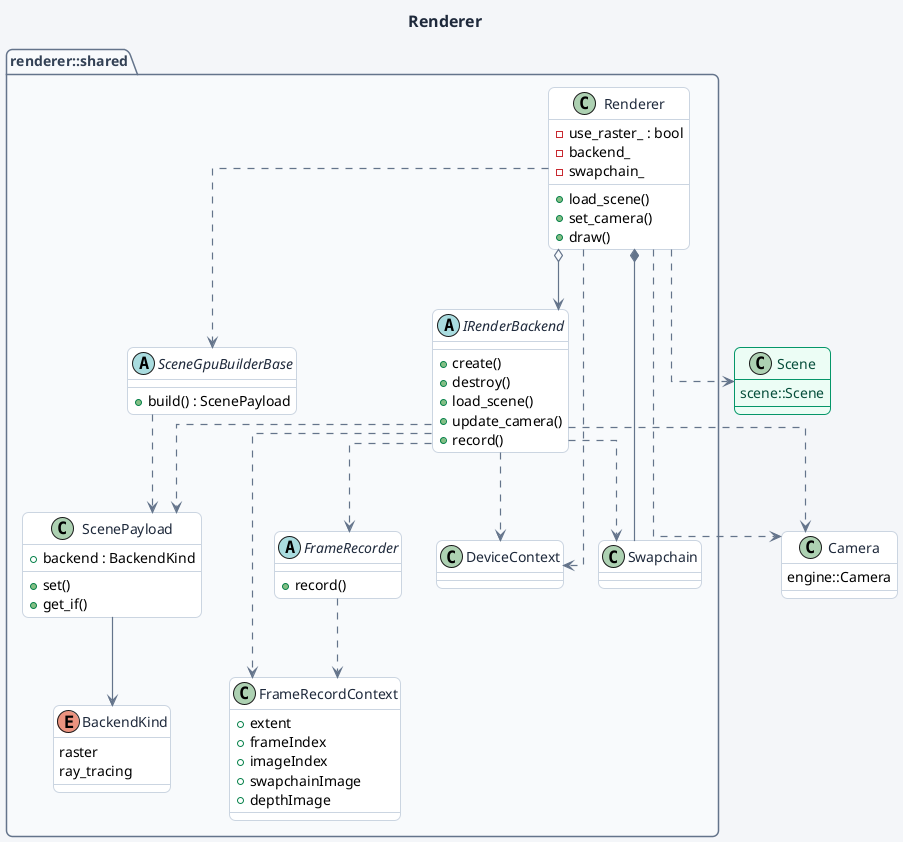
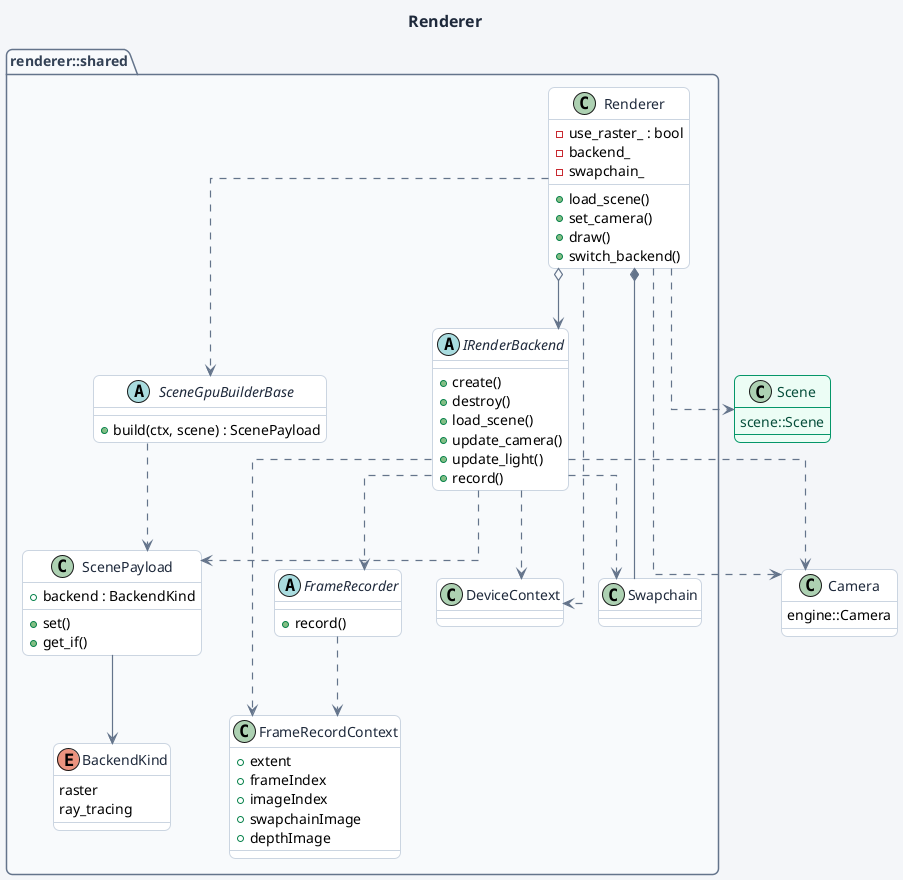
@startuml 04_renderer_facade_di
' Generate: plantuml -tsvg -tpng -o architecture/out architecture/diagrams/04_renderer_facade_di.puml

skinparam shadowing false
skinparam roundcorner 12
skinparam handwritten false
skinparam backgroundColor #F4F6F9
skinparam ArrowColor #64748B
skinparam ArrowThickness 1.2
skinparam linetype ortho

skinparam class {
  BackgroundColor #FFFFFF
  BorderColor #CBD5E1
  FontColor #1E293B
  BorderThickness 1
}

skinparam classAbstract {
  BackgroundColor #FFFFFF
  BorderColor #334155
  FontStyle italic
}

skinparam package {
  BackgroundColor #F8FAFC
  BorderColor #64748B
  FontColor #334155
  FontStyle bold
  BorderThickness 1.5
}

skinparam title {
  FontColor #1E293B
  FontSize 16
  FontStyle bold
}

title Renderer

class Scene #ECFDF5;line:059669;text:064E3B {
  scene::Scene
}

class Camera {
  engine::Camera
}

package "renderer::shared" {

  class Renderer {
    - use_raster_ : bool
    - backend_
    - swapchain_
    + load_scene()
    + set_camera()
    + draw()
+     + switch_backend()
  }

  abstract class IRenderBackend {
    + create()
    + destroy()
    + load_scene()
    + update_camera()
+     + update_light()
    + record()
  }

  abstract class SceneGpuBuilderBase {
-     + build() : ScenePayload
+     + build(ctx, scene) : ScenePayload
  }

  class ScenePayload {
    + backend : BackendKind
    + set()
    + get_if()
  }

  enum BackendKind {
    raster
    ray_tracing
  }

  abstract class FrameRecorder {
    + record()
  }

  class FrameRecordContext {
    + extent
    + frameIndex
    + imageIndex
    + swapchainImage
    + depthImage
  }

  class DeviceContext
  class Swapchain
}

Renderer *-- Swapchain
Renderer o--> IRenderBackend
Renderer ..> DeviceContext
Renderer ..> Scene
Renderer ..> Camera
Renderer ..> SceneGpuBuilderBase

SceneGpuBuilderBase ..> ScenePayload
ScenePayload --> BackendKind
IRenderBackend ..> ScenePayload
IRenderBackend ..> FrameRecordContext
IRenderBackend ..> Camera
IRenderBackend ..> DeviceContext
IRenderBackend ..> Swapchain

FrameRecorder ..> FrameRecordContext
IRenderBackend ..> FrameRecorder

@enduml
